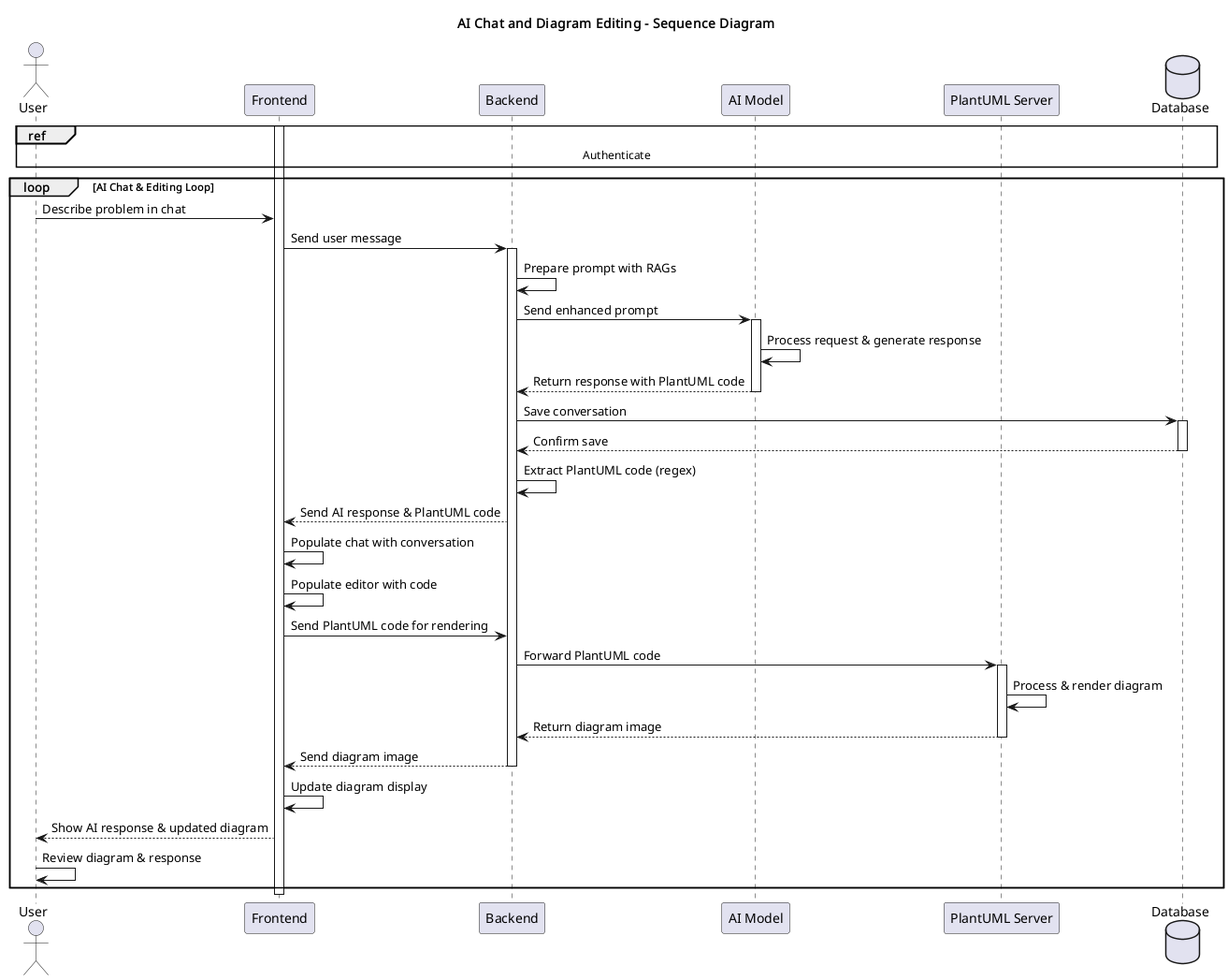
Earlier version of the PlantUML export conception/SprintIV/sequence_diagrams/sequence_workspaceManagement_5_3_ChatWithAIMode.png (souhaib-askri/report_pfe).
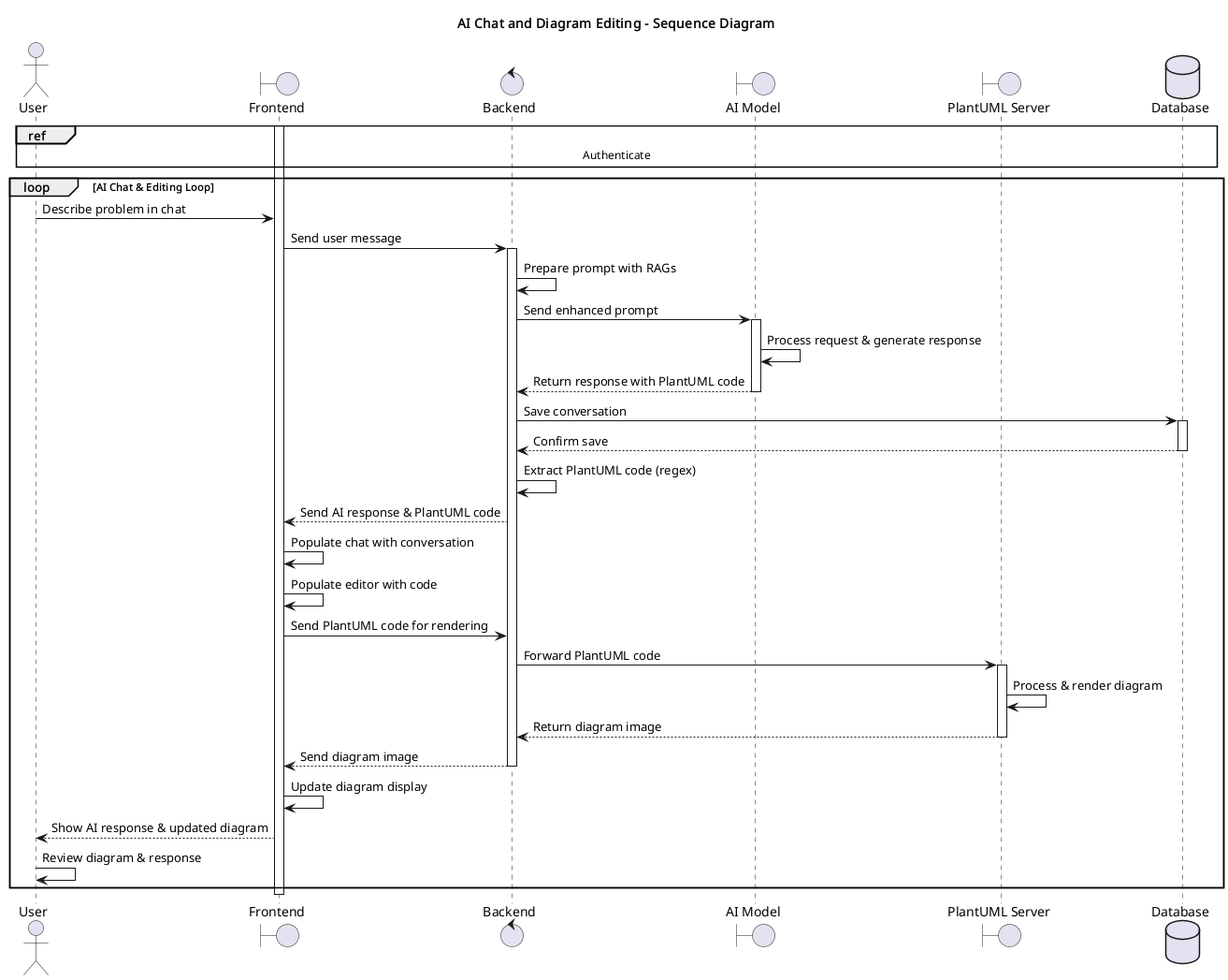
Later version of the same file.

Change to the diagram source:
```diff
@@ -2,10 +2,10 @@
 title AI Chat and Diagram Editing - Sequence Diagram
 
 actor User
-participant Frontend
-participant Backend
-participant "AI Model" as AI
-participant "PlantUML Server" as PlantUML
+boundary Frontend
+control Backend
+boundary "AI Model" as AI
+boundary "PlantUML Server" as PlantUML
 database Database
 
 ref over User, Database: Authenticate
```
